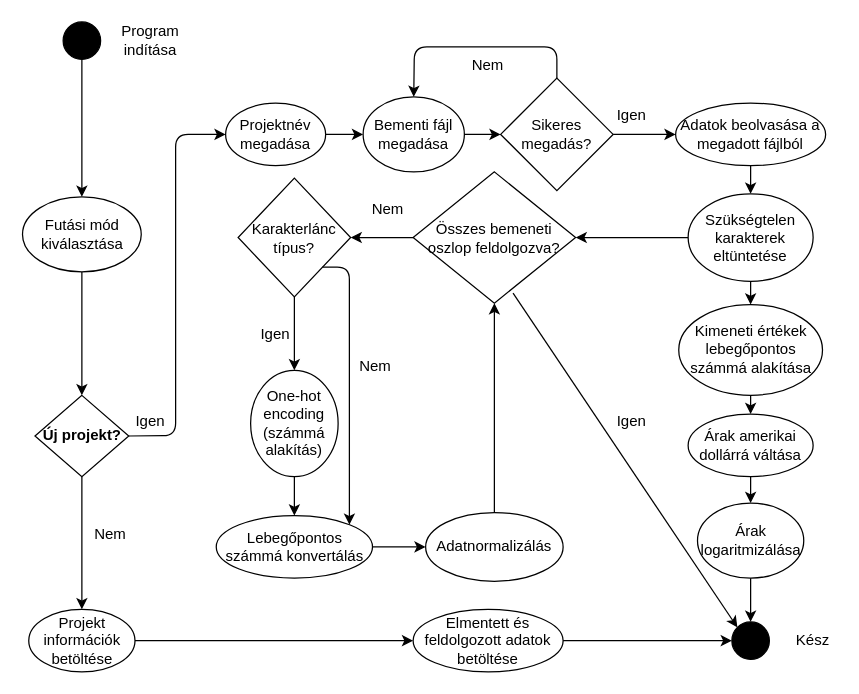
Earlier version of the draw.io diagram Folyamat1.drawio (HabanAndras/Gepi-latas). Source tidied: cells renumbered, new cells numbered last; positions are measured from the earlier drawing's top-left corner, leaving out a move shared by most shapes. Both pictures are drawn from the tidied source at 125%, with x=0, y=0 at pixel (22, 21).
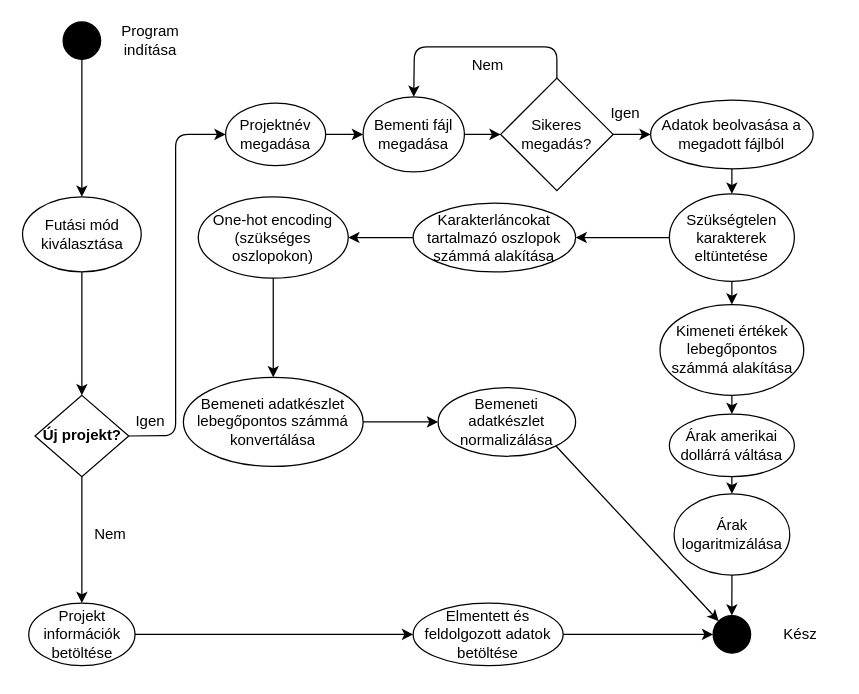
Above is the later version.

Diff of the diagram source:
```diff
@@
     <mxCell id="4" style="ellipse;whiteSpace=wrap;html=1;fillColor=#000000;" parent="1" vertex="1">
-      <mxGeometry x="567" y="480" width="30" height="30" as="geometry" />
+      <mxGeometry x="552" y="475" width="30" height="30" as="geometry" />
     </mxCell>
     <mxCell id="5" value="Kész" style="text;html=1;strokeColor=none;fillColor=none;align=center;verticalAlign=middle;whiteSpace=wrap;rounded=0;" parent="1" vertex="1">
-      <mxGeometry x="612" y="485" width="40" height="20" as="geometry" />
+      <mxGeometry x="602" y="480" width="40" height="20" as="geometry" />
     </mxCell>
@@
     <mxCell id="7" value="Projekt információk betöltése" style="ellipse;whiteSpace=wrap;html=1;" parent="1" vertex="1">
-      <mxGeometry x="4.5" y="470" width="85" height="50" as="geometry" />
+      <mxGeometry x="4.5" y="465" width="85" height="50" as="geometry" />
     </mxCell>
@@
     <mxCell id="9" value="Elmentett és feldolgozott adatok betöltése" style="ellipse;whiteSpace=wrap;html=1;" parent="1" vertex="1">
-      <mxGeometry x="312" y="470" width="120" height="50" as="geometry" />
+      <mxGeometry x="312" y="465" width="120" height="50" as="geometry" />
     </mxCell>
@@
     <mxCell id="24" value="Adatok beolvasása a megadott fájlból" style="ellipse;whiteSpace=wrap;html=1;" parent="1" vertex="1">
-      <mxGeometry x="522" y="65" width="120" height="50" as="geometry" />
+      <mxGeometry x="502" y="62.5" width="130" height="55" as="geometry" />
     </mxCell>
-    <mxCell id="25" style="endArrow=classic;html=1;exitX=0.5;exitY=1;exitDx=0;exitDy=0;" parent="1" edge="1" source="24" target="26">
-      <mxGeometry relative="1" as="geometry" />
-    </mxCell>
     <mxCell id="26" value="Szükségtelen karakterek eltüntetése" style="ellipse;whiteSpace=wrap;html=1;" parent="1" vertex="1">
-      <mxGeometry x="532" y="137.5" width="100" height="70" as="geometry" />
+      <mxGeometry x="517" y="137.5" width="100" height="70" as="geometry" />
     </mxCell>
-    <mxCell id="27" value="Karakterlánc típus?" style="rhombus;whiteSpace=wrap;html=1;" parent="1" vertex="1">
-      <mxGeometry x="172" y="125" width="90" height="95" as="geometry" />
-    </mxCell>
-    <mxCell id="28" value="&lt;div&gt;One-hot encoding&lt;/div&gt;&lt;div&gt;(számmá alakítás)&lt;/div&gt;" style="ellipse;whiteSpace=wrap;html=1;" parent="1" vertex="1">
-      <mxGeometry x="182" y="278.8" width="70" height="85" as="geometry" />
-    </mxCell>
-    <mxCell id="29" value="Lebegőpontos számmá konvertálás" style="ellipse;whiteSpace=wrap;html=1;" parent="1" vertex="1">
-      <mxGeometry x="154.5" y="395" width="125" height="50" as="geometry" />
+    <mxCell id="29" value="Bemeneti adatkészlet lebegőpontos számmá konvertálása" style="ellipse;whiteSpace=wrap;html=1;" parent="1" vertex="1">
+      <mxGeometry x="128.2" y="284.4" width="143.8" height="71.2" as="geometry" />
     </mxCell>
-    <mxCell id="30" value="Nem" style="text;html=1;strokeColor=none;fillColor=none;align=center;verticalAlign=middle;whiteSpace=wrap;rounded=0;" parent="1" vertex="1">
-      <mxGeometry x="272" y="140" width="40" height="20" as="geometry" />
-    </mxCell>
@@
-    <mxCell id="32" value="Adatnormalizálás" style="ellipse;whiteSpace=wrap;html=1;" parent="1" vertex="1">
-      <mxGeometry x="322" y="392.5" width="110" height="55" as="geometry" />
+    <mxCell id="32" value="Bemeneti adatkészlet normalizálása" style="ellipse;whiteSpace=wrap;html=1;" parent="1" vertex="1">
+      <mxGeometry x="332" y="292.5" width="110" height="55" as="geometry" />
     </mxCell>
     <mxCell id="33" value="Igen" style="text;html=1;strokeColor=none;fillColor=none;align=center;verticalAlign=middle;whiteSpace=wrap;rounded=0;" parent="1" vertex="1">
-      <mxGeometry x="467" y="65" width="40" height="20" as="geometry" />
+      <mxGeometry x="462" y="62.5" width="40" height="20" as="geometry" />
     </mxCell>
-    <mxCell id="34" value="Összes bemeneti oszlop feldolgozva?" style="rhombus;whiteSpace=wrap;html=1;" parent="1" vertex="1">
-      <mxGeometry x="312" y="120" width="130" height="105" as="geometry" />
-    </mxCell>
-    <mxCell id="35" value="Igen" style="text;html=1;strokeColor=none;fillColor=none;align=center;verticalAlign=middle;whiteSpace=wrap;rounded=0;" parent="1" vertex="1">
-      <mxGeometry x="182" y="240" width="40" height="20" as="geometry" />
-    </mxCell>
-    <mxCell id="36" style="endArrow=classic;html=1;exitX=0;exitY=0.5;exitDx=0;exitDy=0;entryX=1;entryY=0.5;entryDx=0;entryDy=0;" parent="1" edge="1" source="26" target="34">
-      <mxGeometry relative="1" as="geometry" />
+    <mxCell id="36" style="endArrow=classic;html=1;exitX=0;exitY=0.5;exitDx=0;exitDy=0;entryX=1;entryY=0.5;entryDx=0;entryDy=0;" parent="1" edge="1" source="26">
+      <mxGeometry relative="1" as="geometry">
+        <mxPoint x="442" y="172.5" as="targetPoint" />
+      </mxGeometry>
     </mxCell>
@@
     <mxCell id="38" value="Kimeneti értékek lebegőpontos számmá alakítása" style="ellipse;whiteSpace=wrap;html=1;" parent="1" vertex="1">
-      <mxGeometry x="524.5" y="226.2" width="115" height="72.5" as="geometry" />
+      <mxGeometry x="509.5" y="226.2" width="115" height="72.5" as="geometry" />
     </mxCell>
     <mxCell id="39" value="Árak amerikai dollárrá váltása" style="ellipse;whiteSpace=wrap;html=1;" parent="1" vertex="1">
-      <mxGeometry x="532" y="313.8" width="100" height="50" as="geometry" />
+      <mxGeometry x="517" y="313.8" width="100" height="50" as="geometry" />
     </mxCell>
@@
     <mxCell id="41" value="Árak logaritmizálása" style="ellipse;whiteSpace=wrap;html=1;" parent="1" vertex="1">
-      <mxGeometry x="539.5" y="385" width="85" height="60" as="geometry" />
+      <mxGeometry x="520.8" y="377.5" width="92.5" height="65" as="geometry" />
     </mxCell>
@@
-    <mxCell id="43" style="endArrow=classic;html=1;exitX=0;exitY=0.5;exitDx=0;exitDy=0;entryX=1;entryY=0.5;entryDx=0;entryDy=0;" parent="1" edge="1" source="34" target="27">
-      <mxGeometry relative="1" as="geometry" />
-    </mxCell>
@@
-    <mxCell id="45" style="endArrow=classic;html=1;exitX=0.5;exitY=1;exitDx=0;exitDy=0;entryX=0.5;entryY=0;entryDx=0;entryDy=0;" parent="1" edge="1" source="27" target="28">
-      <mxGeometry relative="1" as="geometry" />
-    </mxCell>
-    <mxCell id="46" style="endArrow=classic;html=1;exitX=0.5;exitY=1;exitDx=0;exitDy=0;entryX=0.5;entryY=0;entryDx=0;entryDy=0;" parent="1" edge="1" source="28" target="29">
-      <mxGeometry relative="1" as="geometry" />
-    </mxCell>
-    <mxCell id="47" style="endArrow=classic;html=1;exitX=0.5;exitY=0;exitDx=0;exitDy=0;entryX=0.5;entryY=1;entryDx=0;entryDy=0;" parent="1" edge="1" source="32" target="34">
-      <mxGeometry relative="1" as="geometry" />
-    </mxCell>
@@
-    <mxCell id="49" value="Igen" style="text;html=1;strokeColor=none;fillColor=none;align=center;verticalAlign=middle;whiteSpace=wrap;rounded=0;" parent="1" vertex="1">
-      <mxGeometry x="467" y="310" width="40" height="20" as="geometry" />
-    </mxCell>
-    <mxCell id="50" style="edgeStyle=orthogonalEdgeStyle;rounded=0;orthogonalLoop=1;jettySize=auto;html=1;exitX=0.5;exitY=1;exitDx=0;exitDy=0;" parent="1" edge="1" source="49" target="49">
-      <mxGeometry relative="1" as="geometry" />
+    <mxCell id="50" style="edgeStyle=orthogonalEdgeStyle;rounded=0;orthogonalLoop=1;jettySize=auto;html=1;exitX=0.5;exitY=1;exitDx=0;exitDy=0;" parent="1" edge="1">
+      <mxGeometry relative="1" as="geometry">
+        <mxPoint x="487" y="330" as="sourcePoint" />
+        <mxPoint x="487" y="330" as="targetPoint" />
+      </mxGeometry>
     </mxCell>
-    <mxCell id="51" style="endArrow=classic;html=1;exitX=1;exitY=1;exitDx=0;exitDy=0;entryX=1;entryY=0;entryDx=0;entryDy=0;" parent="1" edge="1" source="27" target="29">
-      <mxGeometry relative="1" as="geometry">
-        <Array as="points">
-          <mxPoint x="261" y="196" />
-        </Array>
-      </mxGeometry>
-    </mxCell>
-    <mxCell id="52" value="Nem" style="text;html=1;strokeColor=none;fillColor=none;align=center;verticalAlign=middle;whiteSpace=wrap;rounded=0;" parent="1" vertex="1">
-      <mxGeometry x="262" y="266.2" width="40" height="20" as="geometry" />
-    </mxCell>
@@
-    <mxCell id="54" style="endArrow=classic;html=1;exitX=0.615;exitY=0.924;exitDx=0;exitDy=0;exitPerimeter=0;entryX=0;entryY=0;entryDx=0;entryDy=0;" parent="1" edge="1" source="34" target="4">
-      <mxGeometry relative="1" as="geometry" />
-    </mxCell>
+    <mxCell id="55" value="Karakterláncokat tartalmazó oszlopok számmá alakítása" style="ellipse;whiteSpace=wrap;html=1;" parent="1" vertex="1">
+      <mxGeometry x="312" y="145" width="130" height="55" as="geometry" />
+    </mxCell>
+    <mxCell id="56" value="&lt;div&gt;One-hot encoding&lt;/div&gt;&lt;div&gt;(szükséges oszlopokon)&lt;br&gt;&lt;/div&gt;" style="ellipse;whiteSpace=wrap;html=1;" parent="1" vertex="1">
+      <mxGeometry x="140.1" y="140" width="120" height="65" as="geometry" />
+    </mxCell>
+    <mxCell id="57" style="endArrow=classic;html=1;exitX=1;exitY=1;exitDx=0;exitDy=0;entryX=0;entryY=0;entryDx=0;entryDy=0;" parent="1" edge="1" source="32" target="4">
+      <mxGeometry relative="1" as="geometry" />
+    </mxCell>
+    <mxCell id="58" style="endArrow=classic;html=1;exitX=0.5;exitY=1;exitDx=0;exitDy=0;entryX=0.5;entryY=0;entryDx=0;entryDy=0;" parent="1" edge="1" source="56" target="29">
+      <mxGeometry relative="1" as="geometry" />
+    </mxCell>
+    <mxCell id="59" style="endArrow=classic;html=1;exitX=0;exitY=0.5;exitDx=0;exitDy=0;entryX=1;entryY=0.5;entryDx=0;entryDy=0;" parent="1" edge="1" source="55" target="56">
+      <mxGeometry relative="1" as="geometry" />
+    </mxCell>
+    <mxCell id="25" style="endArrow=classic;html=1;exitX=0.5;exitY=1;exitDx=0;exitDy=0;entryX=0.5;entryY=0;entryDx=0;entryDy=0;" parent="1" edge="1" source="24" target="26">
+      <mxGeometry relative="1" as="geometry" />
+    </mxCell>
```
